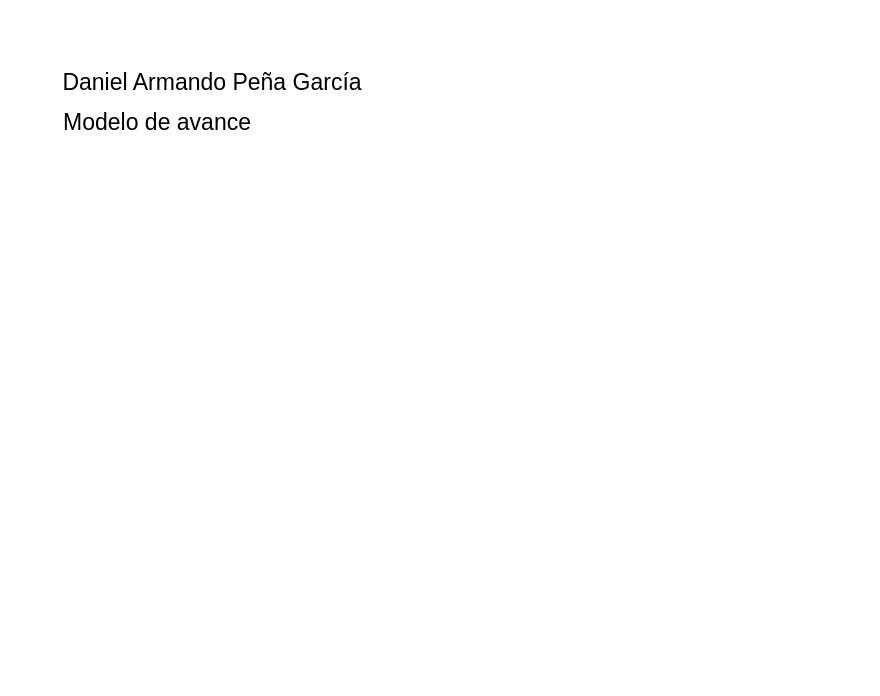
Above: DiagramasUML/DiagramaUML_DanielPeña.drawio in DanielPena229185/ProyectoDesechosToxicos (draw.io), before the change. Source tidied: cells renumbered, new cells numbered last; positions are measured from the earlier drawing's top-left corner, leaving out a move shared by most shapes. Both pictures are drawn from the tidied source at 100%, with x=0, y=0 at pixel (47, 67).
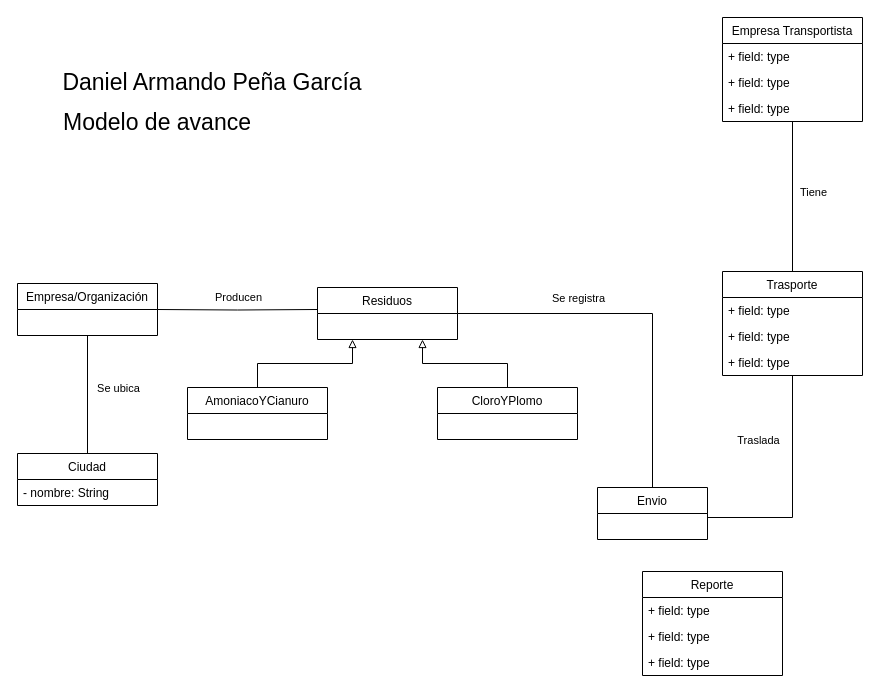
The same diagram, later.

Commit message (it also covers changes not shown here):
Diagrama Semi terminado, básicamente a medias. Le faltan detalles

Diff of the diagram source:
```diff
@@
+    <mxCell id="4" style="edgeStyle=orthogonalEdgeStyle;rounded=0;jettySize=auto;html=1;endArrow=none;endFill=0;" parent="1" edge="1" source="6" target="28">
+      <mxGeometry relative="1" as="geometry" />
+    </mxCell>
+    <mxCell id="5" value="Se ubica" style="edgeLabel;html=1;align=center;verticalAlign=middle;" parent="4" vertex="1">
+      <mxGeometry x="-0.34" y="1" relative="1" as="geometry">
+        <mxPoint x="29" y="13" as="offset" />
+      </mxGeometry>
+    </mxCell>
+    <mxCell id="6" value="Empresa/Organización" style="swimlane;fontStyle=0;horizontal=1;startSize=26;fillColor=none;" parent="1" vertex="1">
+      <mxGeometry x="-30" y="216" width="140" height="52" as="geometry" />
+    </mxCell>
+    <mxCell id="7" style="edgeStyle=orthogonalEdgeStyle;rounded=0;jettySize=auto;html=1;endArrow=none;endFill=0;" parent="1" edge="1" target="6">
+      <mxGeometry relative="1" as="geometry">
+        <mxPoint x="270" y="242" as="sourcePoint" />
+      </mxGeometry>
+    </mxCell>
+    <mxCell id="8" value="Producen" style="edgeLabel;html=1;align=center;verticalAlign=middle;" parent="7" vertex="1">
+      <mxGeometry x="0.2" y="2" relative="1" as="geometry">
+        <mxPoint x="16" y="-15" as="offset" />
+      </mxGeometry>
+    </mxCell>
+    <mxCell id="9" style="edgeStyle=orthogonalEdgeStyle;rounded=0;jettySize=auto;html=1;endArrow=none;endFill=0;exitX=1;exitY=0.5;exitDx=0;exitDy=0;" parent="1" edge="1" source="30" target="27">
+      <mxGeometry relative="1" as="geometry" />
+    </mxCell>
+    <mxCell id="10" value="Se registra" style="edgeLabel;html=1;align=center;verticalAlign=middle;" parent="9" vertex="1">
+      <mxGeometry x="-0.23" y="2" relative="1" as="geometry">
+        <mxPoint x="-22" y="-14" as="offset" />
+      </mxGeometry>
+    </mxCell>
+    <mxCell id="11" style="edgeStyle=orthogonalEdgeStyle;rounded=0;jettySize=auto;html=1;entryX=1;entryY=0.5;entryDx=0;entryDy=0;endArrow=none;endFill=0;" parent="1" edge="1" source="13" target="27">
+      <mxGeometry relative="1" as="geometry">
+        <Array as="points">
+          <mxPoint x="745" y="450" />
+        </Array>
+      </mxGeometry>
+    </mxCell>
+    <mxCell id="12" value="Traslada" style="edgeLabel;html=1;align=center;verticalAlign=middle;" parent="11" vertex="1">
+      <mxGeometry x="0.31" y="2" relative="1" as="geometry">
+        <mxPoint x="-26" y="-80" as="offset" />
+      </mxGeometry>
+    </mxCell>
+    <mxCell id="13" value="Trasporte" style="swimlane;fontStyle=0;horizontal=1;startSize=26;fillColor=none;" parent="1" vertex="1">
+      <mxGeometry x="675" y="204" width="140" height="104" as="geometry" />
+    </mxCell>
+    <mxCell id="14" value="+ field: type" style="text;strokeColor=none;fillColor=none;align=left;verticalAlign=top;spacingLeft=4;spacingRight=4;overflow=hidden;" parent="13" vertex="1">
+      <mxGeometry y="26" width="140" height="26" as="geometry" />
+    </mxCell>
+    <mxCell id="15" value="+ field: type" style="text;strokeColor=none;fillColor=none;align=left;verticalAlign=top;spacingLeft=4;spacingRight=4;overflow=hidden;" parent="13" vertex="1">
+      <mxGeometry y="52" width="140" height="26" as="geometry" />
+    </mxCell>
+    <mxCell id="16" value="+ field: type" style="text;strokeColor=none;fillColor=none;align=left;verticalAlign=top;spacingLeft=4;spacingRight=4;overflow=hidden;" parent="13" vertex="1">
+      <mxGeometry y="78" width="140" height="26" as="geometry" />
+    </mxCell>
+    <mxCell id="17" style="edgeStyle=orthogonalEdgeStyle;rounded=0;jettySize=auto;html=1;endArrow=none;endFill=0;" parent="1" edge="1" source="19" target="13">
+      <mxGeometry relative="1" as="geometry" />
+    </mxCell>
+    <mxCell id="18" value="Tiene" style="edgeLabel;html=1;align=center;verticalAlign=middle;" parent="17" vertex="1">
+      <mxGeometry x="0.25" y="-3" relative="1" as="geometry">
+        <mxPoint x="23" y="-24" as="offset" />
+      </mxGeometry>
+    </mxCell>
+    <mxCell id="19" value="Empresa Transportista" style="swimlane;fontStyle=0;horizontal=1;startSize=26;fillColor=none;" parent="1" vertex="1">
+      <mxGeometry x="675" y="-50" width="140" height="104" as="geometry" />
+    </mxCell>
+    <mxCell id="20" value="+ field: type" style="text;strokeColor=none;fillColor=none;align=left;verticalAlign=top;spacingLeft=4;spacingRight=4;overflow=hidden;" parent="19" vertex="1">
+      <mxGeometry y="26" width="140" height="26" as="geometry" />
+    </mxCell>
+    <mxCell id="21" value="+ field: type" style="text;strokeColor=none;fillColor=none;align=left;verticalAlign=top;spacingLeft=4;spacingRight=4;overflow=hidden;" parent="19" vertex="1">
+      <mxGeometry y="52" width="140" height="26" as="geometry" />
+    </mxCell>
+    <mxCell id="22" value="+ field: type" style="text;strokeColor=none;fillColor=none;align=left;verticalAlign=top;spacingLeft=4;spacingRight=4;overflow=hidden;" parent="19" vertex="1">
+      <mxGeometry y="78" width="140" height="26" as="geometry" />
+    </mxCell>
+    <mxCell id="23" value="Reporte" style="swimlane;fontStyle=0;horizontal=1;startSize=26;fillColor=none;" parent="1" vertex="1">
+      <mxGeometry x="595" y="504" width="140" height="104" as="geometry" />
+    </mxCell>
+    <mxCell id="24" value="+ field: type" style="text;strokeColor=none;fillColor=none;align=left;verticalAlign=top;spacingLeft=4;spacingRight=4;overflow=hidden;" parent="23" vertex="1">
+      <mxGeometry y="26" width="140" height="26" as="geometry" />
+    </mxCell>
+    <mxCell id="25" value="+ field: type" style="text;strokeColor=none;fillColor=none;align=left;verticalAlign=top;spacingLeft=4;spacingRight=4;overflow=hidden;" parent="23" vertex="1">
+      <mxGeometry y="52" width="140" height="26" as="geometry" />
+    </mxCell>
+    <mxCell id="26" value="+ field: type" style="text;strokeColor=none;fillColor=none;align=left;verticalAlign=top;spacingLeft=4;spacingRight=4;overflow=hidden;" parent="23" vertex="1">
+      <mxGeometry y="78" width="140" height="26" as="geometry" />
+    </mxCell>
+    <mxCell id="27" value="Envio" style="swimlane;fontStyle=0;horizontal=1;startSize=26;fillColor=none;" parent="1" vertex="1">
+      <mxGeometry x="550" y="420" width="110" height="52" as="geometry" />
+    </mxCell>
+    <mxCell id="28" value="Ciudad" style="swimlane;fontStyle=0;horizontal=1;startSize=26;fillColor=none;" parent="1" vertex="1">
+      <mxGeometry x="-30" y="386" width="140" height="52" as="geometry" />
+    </mxCell>
+    <mxCell id="29" value="- nombre: String" style="text;strokeColor=none;fillColor=none;align=left;verticalAlign=top;spacingLeft=4;spacingRight=4;overflow=hidden;" parent="28" vertex="1">
+      <mxGeometry y="26" width="140" height="26" as="geometry" />
+    </mxCell>
+    <mxCell id="30" value="Residuos" style="swimlane;fontStyle=0;horizontal=1;startSize=26;fillColor=none;" parent="1" vertex="1">
+      <mxGeometry x="270" y="220" width="140" height="52" as="geometry" />
+    </mxCell>
+    <mxCell id="31" style="edgeStyle=orthogonalEdgeStyle;rounded=0;jettySize=auto;html=1;entryX=0.25;entryY=1;entryDx=0;entryDy=0;endArrow=block;endFill=0;" parent="1" edge="1" source="32" target="30">
+      <mxGeometry relative="1" as="geometry" />
+    </mxCell>
+    <mxCell id="32" value="AmoniacoYCianuro" style="swimlane;fontStyle=0;horizontal=1;startSize=26;fillColor=none;" parent="1" vertex="1">
+      <mxGeometry x="140" y="320" width="140" height="52" as="geometry" />
+    </mxCell>
+    <mxCell id="33" style="edgeStyle=orthogonalEdgeStyle;rounded=0;jettySize=auto;html=1;entryX=0.75;entryY=1;entryDx=0;entryDy=0;endArrow=block;endFill=0;" parent="1" edge="1" source="34" target="30">
+      <mxGeometry relative="1" as="geometry" />
+    </mxCell>
+    <mxCell id="34" value="CloroYPlomo" style="swimlane;fontStyle=0;horizontal=1;startSize=26;fillColor=none;" parent="1" vertex="1">
+      <mxGeometry x="390" y="320" width="140" height="52" as="geometry" />
+    </mxCell>
```
